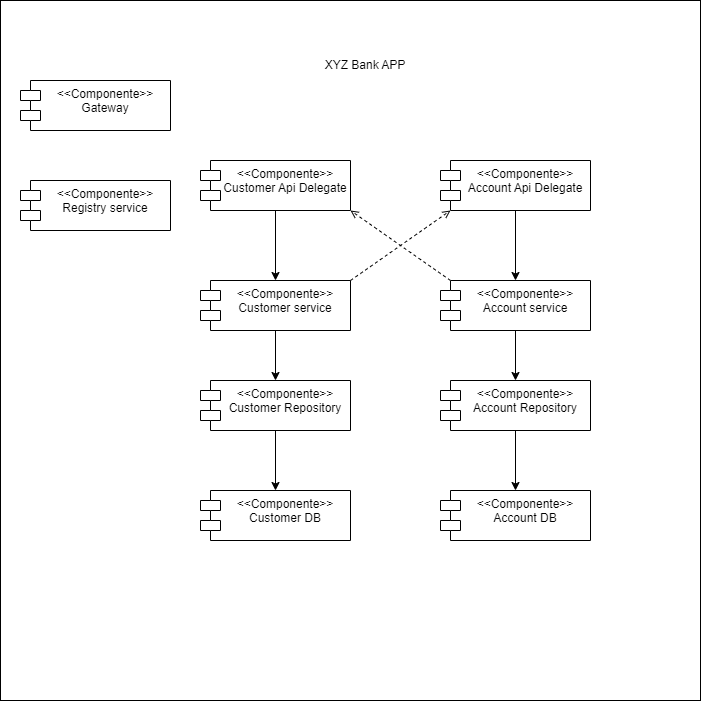
Above: Documentacion/SRCDiagramaCasosDeUso/3. Diagrama de componentes.png in dannyverap/XYZBank (draw.io), before the change. Source tidied: cells renumbered, new cells last; positions are measured from the earlier drawing's top-left corner, leaving out a move shared by most shapes.
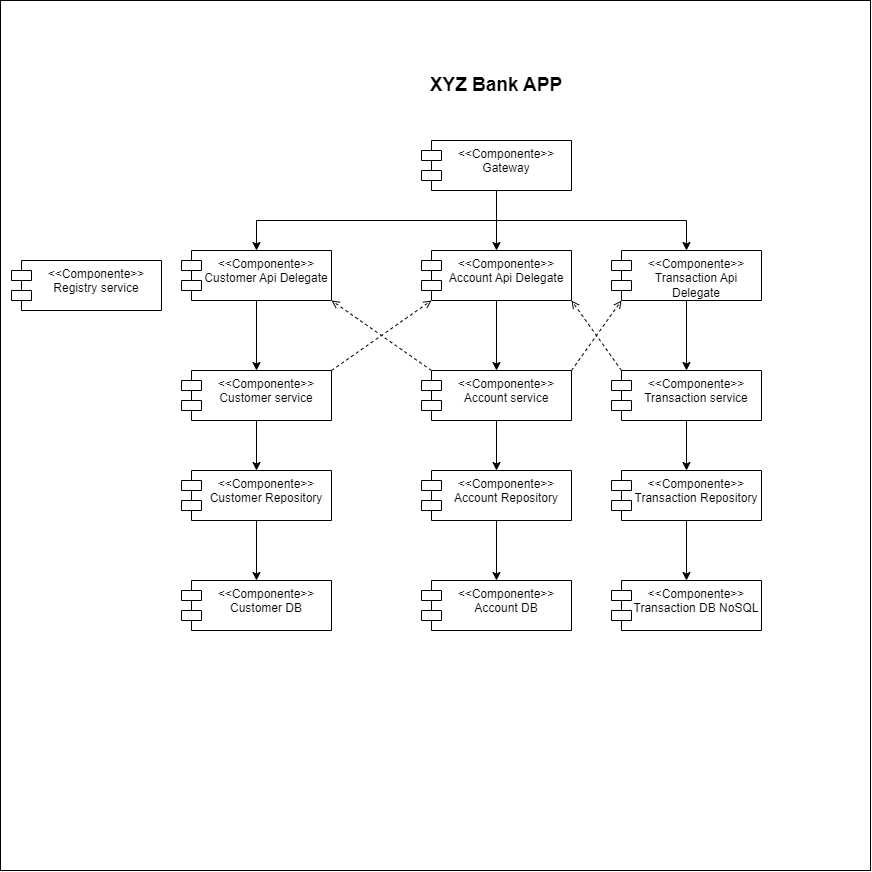
The same file after the commit.

Commit message:
Update Diagrama de componentes with TransactionMs

What changed in the source:
```diff
@@ -3,10 +3,10 @@
     <mxCell id="0" />
     <mxCell id="1" parent="0" />
     <mxCell id="2" style="whiteSpace=wrap;html=1;" parent="1" vertex="1">
-      <mxGeometry width="700" height="700" as="geometry" />
+      <mxGeometry x="19" y="-90" width="870" height="870" as="geometry" />
     </mxCell>
     <mxCell id="3" value="&amp;lt;&amp;lt;Componente&amp;gt;&amp;gt;&lt;div&gt;Registry service&lt;/div&gt;" style="shape=module;align=left;spacingLeft=20;align=center;verticalAlign=top;whiteSpace=wrap;html=1;" parent="1" vertex="1">
-      <mxGeometry x="20" y="180" width="150" height="50" as="geometry" />
+      <mxGeometry x="30" y="170" width="150" height="50" as="geometry" />
     </mxCell>
     <mxCell id="4" style="edgeStyle=orthogonalEdgeStyle;rounded=0;jettySize=auto;html=1;exitX=0.5;exitY=1;exitDx=0;exitDy=0;entryX=0.5;entryY=0;entryDx=0;entryDy=0;" parent="1" edge="1" source="5" target="9">
       <mxGeometry relative="1" as="geometry" />
@@ -56,11 +56,47 @@
     <mxCell id="19" style="rounded=0;jettySize=auto;html=1;exitX=1;exitY=0;exitDx=0;exitDy=0;entryX=0;entryY=1;entryDx=10;entryDy=0;entryPerimeter=0;endArrow=open;endFill=0;dashed=1;" parent="1" edge="1" source="13" target="18">
       <mxGeometry relative="1" as="geometry" />
     </mxCell>
-    <mxCell id="20" value="XYZ Bank APP" style="text;html=1;align=center;verticalAlign=middle;whiteSpace=wrap;rounded=0;" parent="1" vertex="1">
-      <mxGeometry x="300" y="50" width="130" height="30" as="geometry" />
+    <mxCell id="20" value="XYZ Bank APP" style="text;html=1;align=center;verticalAlign=middle;whiteSpace=wrap;rounded=0;fontSize=19;fontStyle=1;" parent="1" vertex="1">
+      <mxGeometry x="415" y="-20" width="200" height="30" as="geometry" />
     </mxCell>
+    <mxCell id="22" style="edgeStyle=orthogonalEdgeStyle;rounded=0;jettySize=auto;html=1;exitX=0.5;exitY=1;exitDx=0;exitDy=0;" parent="1" edge="1" source="21" target="31">
+      <mxGeometry relative="1" as="geometry" />
+    </mxCell>
+    <mxCell id="23" style="edgeStyle=orthogonalEdgeStyle;rounded=0;jettySize=auto;html=1;exitX=0.5;exitY=1;exitDx=0;exitDy=0;entryX=0.5;entryY=0;entryDx=0;entryDy=0;" parent="1" edge="1" source="21" target="16">
+      <mxGeometry relative="1" as="geometry" />
+    </mxCell>
+    <mxCell id="24" style="edgeStyle=orthogonalEdgeStyle;rounded=0;jettySize=auto;html=1;exitX=0.5;exitY=1;exitDx=0;exitDy=0;entryX=0.5;entryY=0;entryDx=0;entryDy=0;" parent="1" edge="1" source="21" target="18">
+      <mxGeometry relative="1" as="geometry" />
+    </mxCell>
     <mxCell id="21" value="&amp;lt;&amp;lt;Componente&amp;gt;&amp;gt;&lt;div&gt;Gateway&lt;/div&gt;" style="shape=module;align=left;spacingLeft=20;align=center;verticalAlign=top;whiteSpace=wrap;html=1;" parent="1" vertex="1">
-      <mxGeometry x="20" y="80" width="150" height="50" as="geometry" />
+      <mxGeometry x="440" y="50" width="150" height="50" as="geometry" />
     </mxCell>
+    <mxCell id="25" style="edgeStyle=orthogonalEdgeStyle;rounded=0;jettySize=auto;html=1;exitX=0.5;exitY=1;exitDx=0;exitDy=0;entryX=0.5;entryY=0;entryDx=0;entryDy=0;" parent="1" edge="1" source="26" target="29">
+      <mxGeometry relative="1" as="geometry" />
+    </mxCell>
+    <mxCell id="26" value="&amp;lt;&amp;lt;Componente&amp;gt;&amp;gt;&lt;div&gt;Transaction Repository&lt;/div&gt;" style="shape=module;align=left;spacingLeft=20;align=center;verticalAlign=top;whiteSpace=wrap;html=1;" parent="1" vertex="1">
+      <mxGeometry x="630" y="380" width="150" height="50" as="geometry" />
+    </mxCell>
+    <mxCell id="27" style="edgeStyle=orthogonalEdgeStyle;rounded=0;jettySize=auto;html=1;exitX=0.5;exitY=1;exitDx=0;exitDy=0;entryX=0.5;entryY=0;entryDx=0;entryDy=0;" parent="1" edge="1" source="28" target="26">
+      <mxGeometry relative="1" as="geometry" />
+    </mxCell>
+    <mxCell id="28" value="&amp;lt;&amp;lt;Componente&amp;gt;&amp;gt;&lt;div&gt;Transaction service&lt;/div&gt;" style="shape=module;align=left;spacingLeft=20;align=center;verticalAlign=top;whiteSpace=wrap;html=1;" parent="1" vertex="1">
+      <mxGeometry x="630" y="280" width="150" height="50" as="geometry" />
+    </mxCell>
+    <mxCell id="29" value="&amp;lt;&amp;lt;Componente&amp;gt;&amp;gt;&lt;div&gt;Transaction DB NoSQL&lt;/div&gt;" style="shape=module;align=left;spacingLeft=20;align=center;verticalAlign=top;whiteSpace=wrap;html=1;" parent="1" vertex="1">
+      <mxGeometry x="630" y="490" width="150" height="50" as="geometry" />
+    </mxCell>
+    <mxCell id="30" style="edgeStyle=orthogonalEdgeStyle;rounded=0;jettySize=auto;html=1;exitX=0.5;exitY=1;exitDx=0;exitDy=0;" parent="1" edge="1" source="31" target="28">
+      <mxGeometry relative="1" as="geometry" />
+    </mxCell>
+    <mxCell id="31" value="&amp;lt;&amp;lt;Componente&amp;gt;&amp;gt;&lt;div&gt;Transaction Api Delegate&lt;/div&gt;" style="shape=module;align=left;spacingLeft=20;align=center;verticalAlign=top;whiteSpace=wrap;html=1;" parent="1" vertex="1">
+      <mxGeometry x="630" y="160" width="150" height="50" as="geometry" />
+    </mxCell>
+    <mxCell id="32" style="rounded=0;jettySize=auto;html=1;exitX=1;exitY=0;exitDx=0;exitDy=0;entryX=0;entryY=1;entryDx=10;entryDy=0;dashed=1;endArrow=open;endFill=0;entryPerimeter=0;" parent="1" edge="1" source="8" target="31">
+      <mxGeometry relative="1" as="geometry" />
+    </mxCell>
+    <mxCell id="33" style="rounded=0;jettySize=auto;html=1;exitX=0;exitY=0;exitDx=10;exitDy=0;entryX=1;entryY=1;entryDx=0;entryDy=0;endArrow=open;endFill=0;dashed=1;exitPerimeter=0;" parent="1" edge="1" source="28" target="18">
+      <mxGeometry relative="1" as="geometry" />
+    </mxCell>
   </root>
 </mxGraphModel>
```
